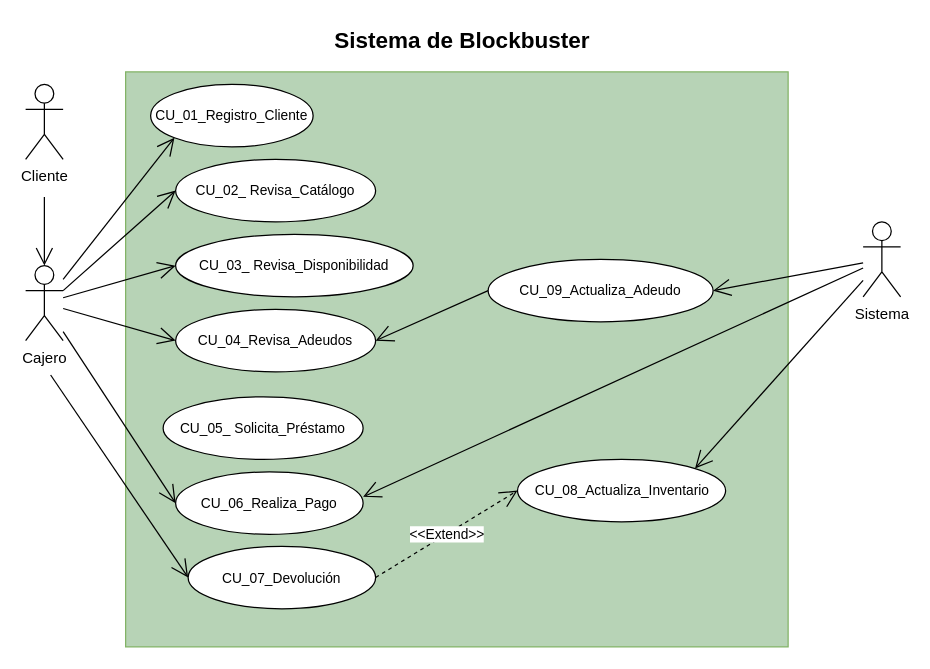
This is page "Página-1" (1 of 6) of Casos de uso Blockbuster.drawio from andreamorenom/Laboratorio-Empresarial, a draw.io file, before an edit. Source tidied: cells renumbered, new cells numbered last; positions are measured from the earlier drawing's top-left corner, leaving out a move shared by most shapes. Both pictures are drawn from the tidied source at 125%, with x=0, y=0 at pixel (25, 21).
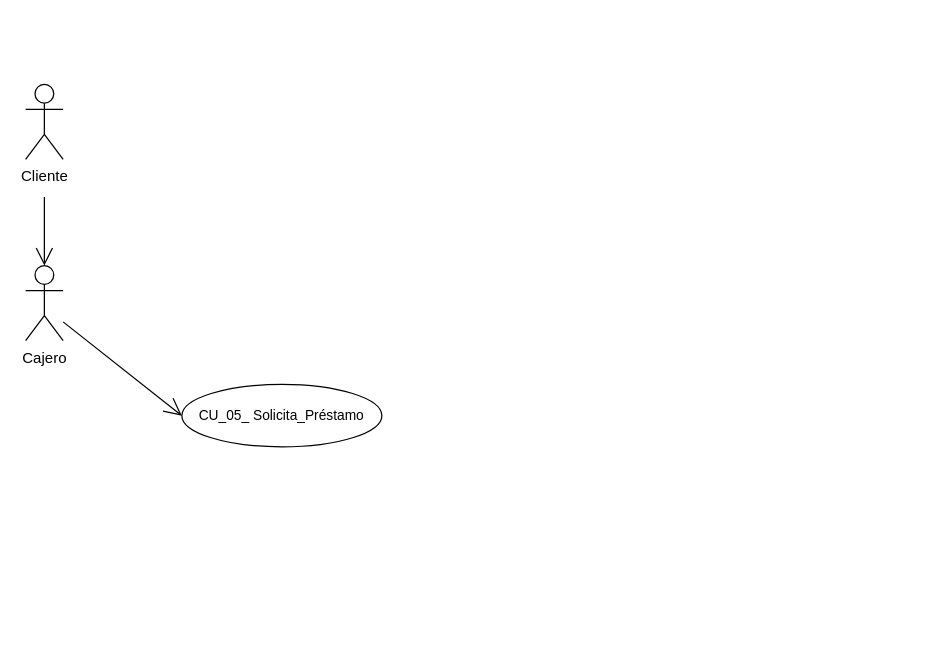
Above is the later version.

The change refers to these unchanged cells:
```xml
<mxCell id="7" value="Cajero" style="shape=umlActor;verticalLabelPosition=bottom;verticalAlign=top;html=1;outlineConnect=0;" parent="1" vertex="1">
  <mxGeometry y="195" width="30" height="60" as="geometry" />
</mxCell>
```

Change to the diagram source:
```diff
@@
-    <mxCell id="3" style="rounded=0;whiteSpace=wrap;html=1;fillColor=light-dark(#b7d3b6, #1f2f1e);strokeColor=#82b366;" parent="1" vertex="1">
-      <mxGeometry x="80" y="40" width="530" height="460" as="geometry" />
-    </mxCell>
-    <mxCell id="4" value="&lt;font style=&quot;font-size: 11px;&quot;&gt;CU_01_Registro_Cliente&lt;/font&gt;" style="ellipse;whiteSpace=wrap;html=1;" parent="1" vertex="1">
-      <mxGeometry x="100" y="50" width="130" height="50" as="geometry" />
-    </mxCell>
-    <mxCell id="5" value="&lt;font style=&quot;font-size: 11px;&quot;&gt;CU_02_ Revisa_Catálogo&lt;/font&gt;" style="ellipse;whiteSpace=wrap;html=1;" parent="1" vertex="1">
-      <mxGeometry x="120" y="110" width="160" height="50" as="geometry" />
-    </mxCell>
-    <mxCell id="6" value="&lt;font style=&quot;font-size: 11px;&quot;&gt;CU_03_ Revisa_Disponibilidad&lt;/font&gt;" style="ellipse;whiteSpace=wrap;html=1;" parent="1" vertex="1">
-      <mxGeometry x="120" y="170" width="190" height="50" as="geometry" />
-    </mxCell>
@@
     <mxCell id="8" value="&lt;font style=&quot;font-size: 11px;&quot;&gt;CU_05_ Solicita_Préstamo&lt;/font&gt;" style="ellipse;whiteSpace=wrap;html=1;" parent="1" vertex="1">
-      <mxGeometry x="110" y="300" width="160" height="50" as="geometry" />
+      <mxGeometry x="125" y="290" width="160" height="50" as="geometry" />
     </mxCell>
-    <mxCell id="9" value="&lt;font style=&quot;font-size: 11px;&quot;&gt;CU_04_Revisa_Adeudos&lt;/font&gt;" style="ellipse;whiteSpace=wrap;html=1;" parent="1" vertex="1">
-      <mxGeometry x="120" y="230" width="160" height="50" as="geometry" />
-    </mxCell>
-    <mxCell id="10" value="&lt;font style=&quot;font-size: 11px;&quot;&gt;CU_06_Realiza_Pago&lt;/font&gt;" style="ellipse;whiteSpace=wrap;html=1;" parent="1" vertex="1">
-      <mxGeometry x="120" y="360" width="150" height="50" as="geometry" />
-    </mxCell>
-    <mxCell id="11" value="&lt;font style=&quot;font-size: 11px;&quot;&gt;CU_07_Devolución&lt;/font&gt;" style="ellipse;whiteSpace=wrap;html=1;" parent="1" vertex="1">
-      <mxGeometry x="130" y="419.5" width="150" height="50" as="geometry" />
-    </mxCell>
-    <mxCell id="12" value="&lt;font style=&quot;font-size: 11px;&quot;&gt;CU_09_Actualiza_Adeudo&lt;/font&gt;" style="ellipse;whiteSpace=wrap;html=1;" parent="1" vertex="1">
-      <mxGeometry x="370" y="190" width="180" height="50" as="geometry" />
-    </mxCell>
-    <mxCell id="13" value="&lt;font style=&quot;font-size: 11px;&quot;&gt;CU_08_Actualiza_Inventario&lt;/font&gt;" style="ellipse;whiteSpace=wrap;html=1;" parent="1" vertex="1">
-      <mxGeometry x="393.5" y="350" width="166.5" height="50" as="geometry" />
-    </mxCell>
-    <mxCell id="14" style="endArrow=open;endFill=1;endSize=12;html=1;rounded=0;entryX=0;entryY=1;entryDx=0;entryDy=0;" parent="1" edge="1" source="7" target="4">
-      <mxGeometry relative="1" as="geometry" />
-    </mxCell>
-    <mxCell id="15" style="endArrow=open;endFill=1;endSize=12;html=1;rounded=0;entryX=0;entryY=0.5;entryDx=0;entryDy=0;exitX=1;exitY=0.3333333333333333;exitDx=0;exitDy=0;exitPerimeter=0;" parent="1" edge="1" source="7" target="5">
-      <mxGeometry relative="1" as="geometry" />
-    </mxCell>
-    <mxCell id="16" style="endArrow=open;endFill=1;endSize=12;html=1;rounded=0;entryX=0;entryY=0.5;entryDx=0;entryDy=0;" parent="1" edge="1" source="7" target="6">
-      <mxGeometry relative="1" as="geometry" />
-    </mxCell>
-    <mxCell id="17" style="endArrow=open;endFill=1;endSize=12;html=1;rounded=0;entryX=0;entryY=0.5;entryDx=0;entryDy=0;" parent="1" edge="1" source="7" target="9">
-      <mxGeometry relative="1" as="geometry" />
-    </mxCell>
@@
-    <mxCell id="19" style="endArrow=open;endFill=1;endSize=12;html=1;rounded=0;entryX=0;entryY=0.5;entryDx=0;entryDy=0;" parent="1" edge="1" source="7" target="10">
-      <mxGeometry relative="1" as="geometry" />
-    </mxCell>
-    <mxCell id="20" style="endArrow=open;endFill=1;endSize=12;html=1;rounded=0;entryX=0;entryY=0.5;entryDx=0;entryDy=0;" parent="1" edge="1" target="11">
-      <mxGeometry relative="1" as="geometry">
-        <mxPoint x="20" y="282.5" as="sourcePoint" />
-      </mxGeometry>
-    </mxCell>
-    <mxCell id="21" value="Sistema" style="shape=umlActor;verticalLabelPosition=bottom;verticalAlign=top;html=1;outlineConnect=0;" parent="1" vertex="1">
-      <mxGeometry x="670" y="160" width="30" height="60" as="geometry" />
-    </mxCell>
-    <mxCell id="22" style="endArrow=open;endFill=1;endSize=12;html=1;rounded=0;entryX=1;entryY=0;entryDx=0;entryDy=0;" parent="1" edge="1" source="21" target="13">
-      <mxGeometry relative="1" as="geometry" />
-    </mxCell>
-    <mxCell id="23" value="Sistema de Blockbuster" style="text;html=1;align=center;verticalAlign=middle;whiteSpace=wrap;rounded=0;fontSize=18;fontStyle=1;" parent="1" vertex="1">
-      <mxGeometry x="233" width="233" height="30" as="geometry" />
-    </mxCell>
-    <mxCell id="24" value="&amp;lt;&amp;lt;Extend&amp;gt;&amp;gt;" style="endArrow=open;endSize=12;dashed=1;html=1;rounded=0;exitX=1;exitY=0.5;exitDx=0;exitDy=0;entryX=0;entryY=0.5;entryDx=0;entryDy=0;" parent="1" edge="1" source="11" target="13">
-      <mxGeometry relative="1" as="geometry" />
-    </mxCell>
-    <mxCell id="25" style="endArrow=open;endFill=1;endSize=12;html=1;rounded=0;entryX=1;entryY=0.5;entryDx=0;entryDy=0;" parent="1" edge="1" source="21" target="12">
-      <mxGeometry relative="1" as="geometry" />
-    </mxCell>
-    <mxCell id="26" style="endArrow=open;endFill=1;endSize=12;html=1;rounded=0;entryX=1;entryY=0.5;entryDx=0;entryDy=0;exitX=0;exitY=0.5;exitDx=0;exitDy=0;" parent="1" edge="1" source="12" target="9">
-      <mxGeometry relative="1" as="geometry" />
-    </mxCell>
-    <mxCell id="27" style="endArrow=open;endFill=1;endSize=12;html=1;rounded=0;entryX=1;entryY=0;entryDx=0;entryDy=0;" parent="1" edge="1" source="21">
-      <mxGeometry relative="1" as="geometry">
-        <mxPoint x="270" y="380" as="targetPoint" />
-      </mxGeometry>
-    </mxCell>
+    <mxCell id="28" style="endArrow=open;endFill=1;endSize=12;html=1;rounded=0;entryX=0;entryY=0.5;entryDx=0;entryDy=0;" parent="1" edge="1" target="8">
+      <mxGeometry relative="1" as="geometry">
+        <mxPoint x="30" y="240" as="sourcePoint" />
+      </mxGeometry>
+    </mxCell>
```
